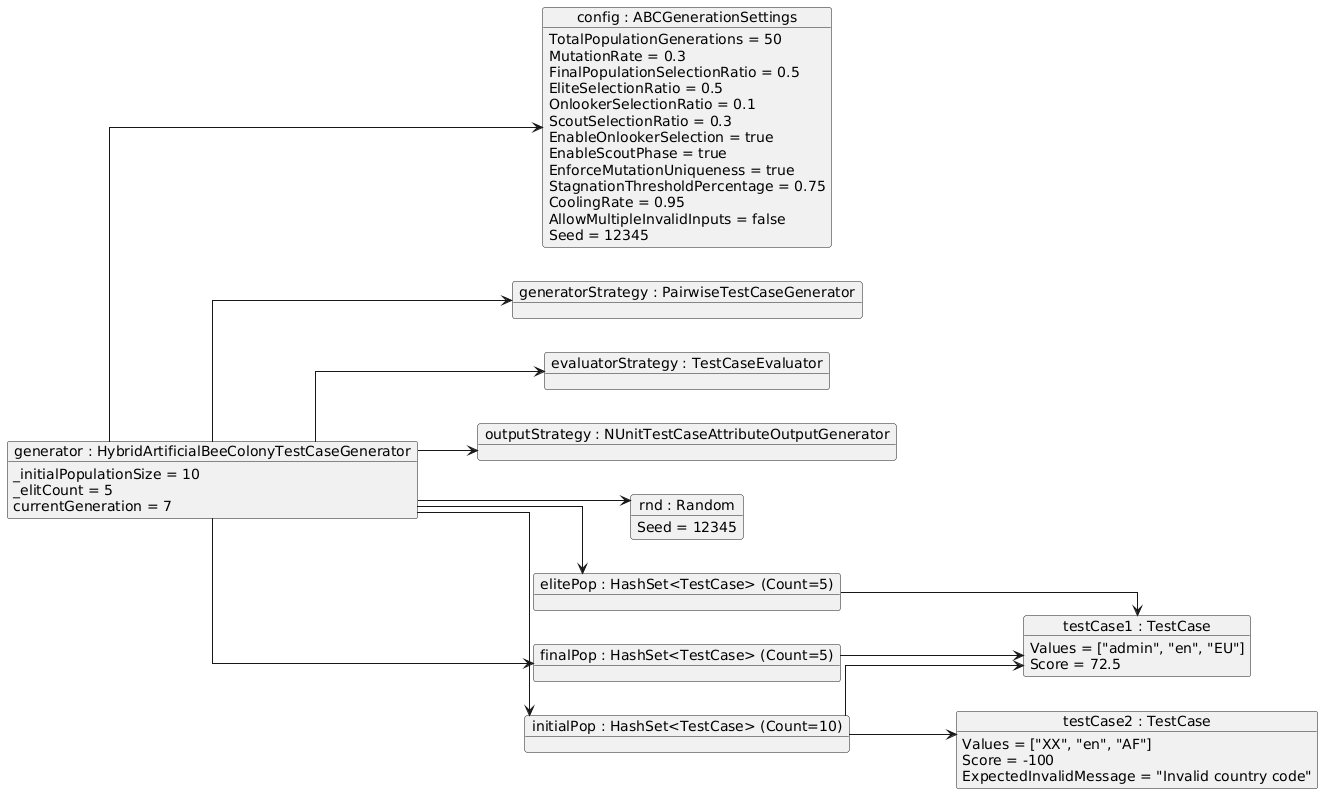
This is DiagramsBG/7. Object Diagrams/object_diagram1.png from AutomateThePlanet/Testimize, a PlantUML export, as it was before one commit. Its diagram source:
```plantuml
@startuml
skinparam shadowing false
skinparam linetype ortho
skinparam nodesep 1.5
skinparam ranksep 1.8
left to right direction

object "generator : HybridArtificialBeeColonyTestCaseGenerator" {
  _initialPopulationSize = 10
  _elitCount = 5
  currentGeneration = 7
}

object "config : ABCGenerationSettings" {
  TotalPopulationGenerations = 50
  MutationRate = 0.3
  FinalPopulationSelectionRatio = 0.5
  EliteSelectionRatio = 0.5
  OnlookerSelectionRatio = 0.1
  ScoutSelectionRatio = 0.3
  EnableOnlookerSelection = true
  EnableScoutPhase = true
  EnforceMutationUniqueness = true
  StagnationThresholdPercentage = 0.75
  CoolingRate = 0.95
  AllowMultipleInvalidInputs = false
  Seed = 12345
}

object "generatorStrategy : PairwiseTestCaseGenerator"
object "evaluatorStrategy : TestCaseEvaluator"
object "outputStrategy : NUnitTestCaseAttributeOutputGenerator"
object "rnd : Random" {
  Seed = 12345
}

object "initialPop : HashSet<TestCase> (Count=10)"
object "elitePop : HashSet<TestCase> (Count=5)"
object "finalPop : HashSet<TestCase> (Count=5)"

object "testCase1 : TestCase" {
  Values = ["admin", "en", "EU"]
  Score = 72.5
}

object "testCase2 : TestCase" {
  Values = ["XX", "en", "AF"]
  Score = -100
  ExpectedInvalidMessage = "Invalid country code"
}

"generator : HybridArtificialBeeColonyTestCaseGenerator" --> "config : ABCGenerationSettings"
"generator : HybridArtificialBeeColonyTestCaseGenerator" --> "generatorStrategy : PairwiseTestCaseGenerator"
"generator : HybridArtificialBeeColonyTestCaseGenerator" --> "evaluatorStrategy : TestCaseEvaluator"
"generator : HybridArtificialBeeColonyTestCaseGenerator" --> "outputStrategy : NUnitTestCaseAttributeOutputGenerator"
"generator : HybridArtificialBeeColonyTestCaseGenerator" --> "rnd : Random"
"generator : HybridArtificialBeeColonyTestCaseGenerator" --> "initialPop : HashSet<TestCase> (Count=10)"
"generator : HybridArtificialBeeColonyTestCaseGenerator" --> "finalPop : HashSet<TestCase> (Count=5)"
"generator : HybridArtificialBeeColonyTestCaseGenerator" --> "elitePop : HashSet<TestCase> (Count=5)"

"initialPop : HashSet<TestCase> (Count=10)" --> "testCase1 : TestCase"
"initialPop : HashSet<TestCase> (Count=10)" --> "testCase2 : TestCase"
"elitePop : HashSet<TestCase> (Count=5)" --> "testCase1 : TestCase"
"finalPop : HashSet<TestCase> (Count=5)" --> "testCase1 : TestCase"
@enduml
```
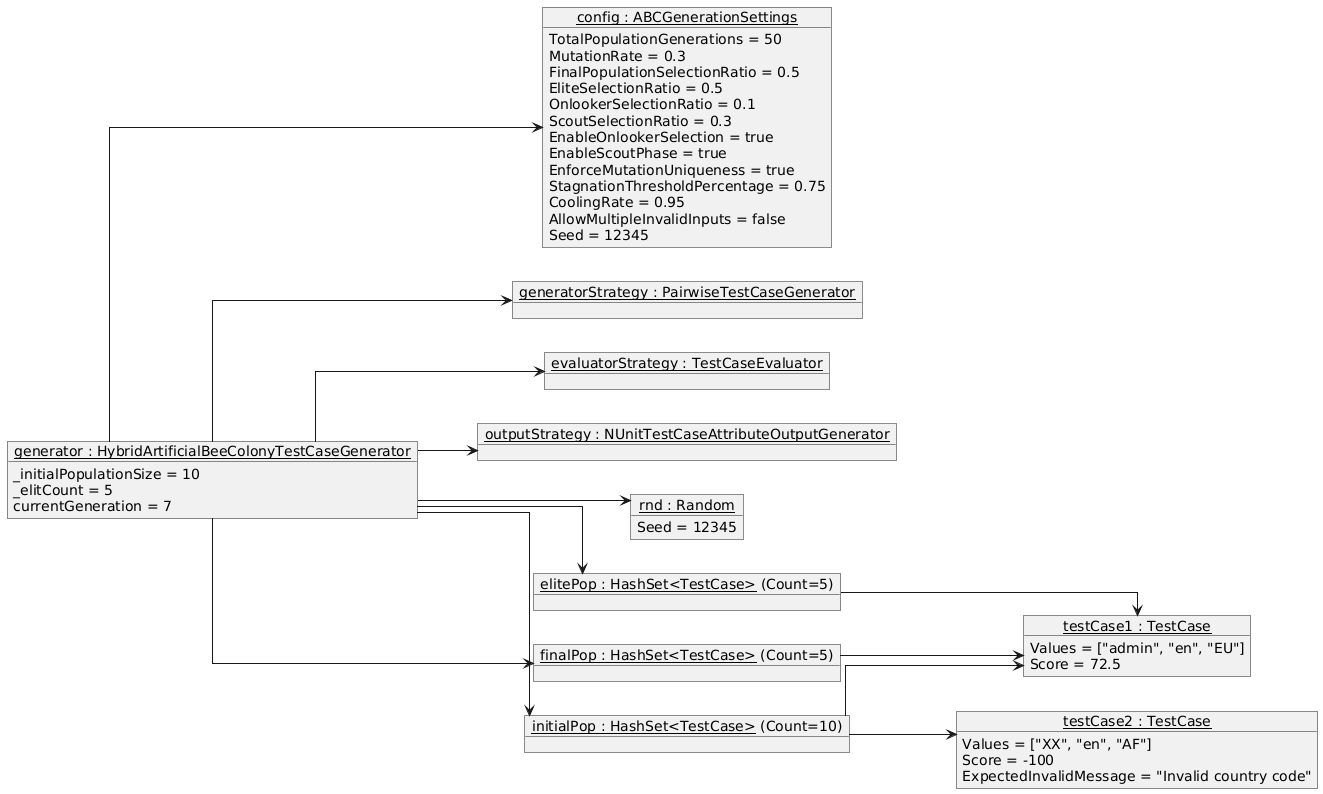
Above is the later version.

What changed in the source:
```diff
@@ -1,17 +1,20 @@
 @startuml
+
+
 skinparam shadowing false
 skinparam linetype ortho
 skinparam nodesep 1.5
 skinparam ranksep 1.8
+skinparam roundcorner 0
 left to right direction
 
-object "generator : HybridArtificialBeeColonyTestCaseGenerator" {
+object "<u>generator : HybridArtificialBeeColonyTestCaseGenerator</u>" {
   _initialPopulationSize = 10
   _elitCount = 5
   currentGeneration = 7
 }
 
-object "config : ABCGenerationSettings" {
+object "<u>config : ABCGenerationSettings</u>" {
   TotalPopulationGenerations = 50
   MutationRate = 0.3
   FinalPopulationSelectionRatio = 0.5
@@ -27,39 +30,39 @@
   Seed = 12345
 }
 
-object "generatorStrategy : PairwiseTestCaseGenerator"
-object "evaluatorStrategy : TestCaseEvaluator"
-object "outputStrategy : NUnitTestCaseAttributeOutputGenerator"
-object "rnd : Random" {
+object "<u>generatorStrategy : PairwiseTestCaseGenerator</u>"
+object "<u>evaluatorStrategy : TestCaseEvaluator</u>"
+object "<u>outputStrategy : NUnitTestCaseAttributeOutputGenerator</u>"
+object "<u>rnd : Random</u>" {
   Seed = 12345
 }
 
-object "initialPop : HashSet<TestCase> (Count=10)"
-object "elitePop : HashSet<TestCase> (Count=5)"
-object "finalPop : HashSet<TestCase> (Count=5)"
+object "<u>initialPop : HashSet<TestCase></u> (Count=10)"
+object "<u>elitePop : HashSet<TestCase></u> (Count=5)"
+object "<u>finalPop : HashSet<TestCase></u> (Count=5)"
 
-object "testCase1 : TestCase" {
+object "<u>testCase1 : TestCase</u>" {
   Values = ["admin", "en", "EU"]
   Score = 72.5
 }
 
-object "testCase2 : TestCase" {
+object "<u>testCase2 : TestCase</u>" {
   Values = ["XX", "en", "AF"]
   Score = -100
   ExpectedInvalidMessage = "Invalid country code"
 }
 
-"generator : HybridArtificialBeeColonyTestCaseGenerator" --> "config : ABCGenerationSettings"
-"generator : HybridArtificialBeeColonyTestCaseGenerator" --> "generatorStrategy : PairwiseTestCaseGenerator"
-"generator : HybridArtificialBeeColonyTestCaseGenerator" --> "evaluatorStrategy : TestCaseEvaluator"
-"generator : HybridArtificialBeeColonyTestCaseGenerator" --> "outputStrategy : NUnitTestCaseAttributeOutputGenerator"
-"generator : HybridArtificialBeeColonyTestCaseGenerator" --> "rnd : Random"
-"generator : HybridArtificialBeeColonyTestCaseGenerator" --> "initialPop : HashSet<TestCase> (Count=10)"
-"generator : HybridArtificialBeeColonyTestCaseGenerator" --> "finalPop : HashSet<TestCase> (Count=5)"
-"generator : HybridArtificialBeeColonyTestCaseGenerator" --> "elitePop : HashSet<TestCase> (Count=5)"
+"<u>generator : HybridArtificialBeeColonyTestCaseGenerator</u>" --> "<u>config : ABCGenerationSettings</u>"
+"<u>generator : HybridArtificialBeeColonyTestCaseGenerator</u>" --> "<u>generatorStrategy : PairwiseTestCaseGenerator</u>"
+"<u>generator : HybridArtificialBeeColonyTestCaseGenerator</u>" --> "<u>evaluatorStrategy : TestCaseEvaluator</u>"
+"<u>generator : HybridArtificialBeeColonyTestCaseGenerator</u>" --> "<u>outputStrategy : NUnitTestCaseAttributeOutputGenerator</u>"
+"<u>generator : HybridArtificialBeeColonyTestCaseGenerator</u>" --> "<u>rnd : Random</u>"
+"<u>generator : HybridArtificialBeeColonyTestCaseGenerator</u>" --> "<u>initialPop : HashSet<TestCase></u> (Count=10)"
+"<u>generator : HybridArtificialBeeColonyTestCaseGenerator</u>" --> "<u>finalPop : HashSet<TestCase></u> (Count=5)"
+"<u>generator : HybridArtificialBeeColonyTestCaseGenerator</u>" --> "<u>elitePop : HashSet<TestCase></u> (Count=5)"
 
-"initialPop : HashSet<TestCase> (Count=10)" --> "testCase1 : TestCase"
-"initialPop : HashSet<TestCase> (Count=10)" --> "testCase2 : TestCase"
-"elitePop : HashSet<TestCase> (Count=5)" --> "testCase1 : TestCase"
-"finalPop : HashSet<TestCase> (Count=5)" --> "testCase1 : TestCase"
+"<u>initialPop : HashSet<TestCase></u> (Count=10)" --> "<u>testCase1 : TestCase</u>"
+"<u>initialPop : HashSet<TestCase></u> (Count=10)" --> "<u>testCase2 : TestCase</u>"
+"<u>elitePop : HashSet<TestCase></u> (Count=5)" --> "<u>testCase1 : TestCase</u>"
+"<u>finalPop : HashSet<TestCase></u> (Count=5)" --> "<u>testCase1 : TestCase</u>"
 @enduml
```
